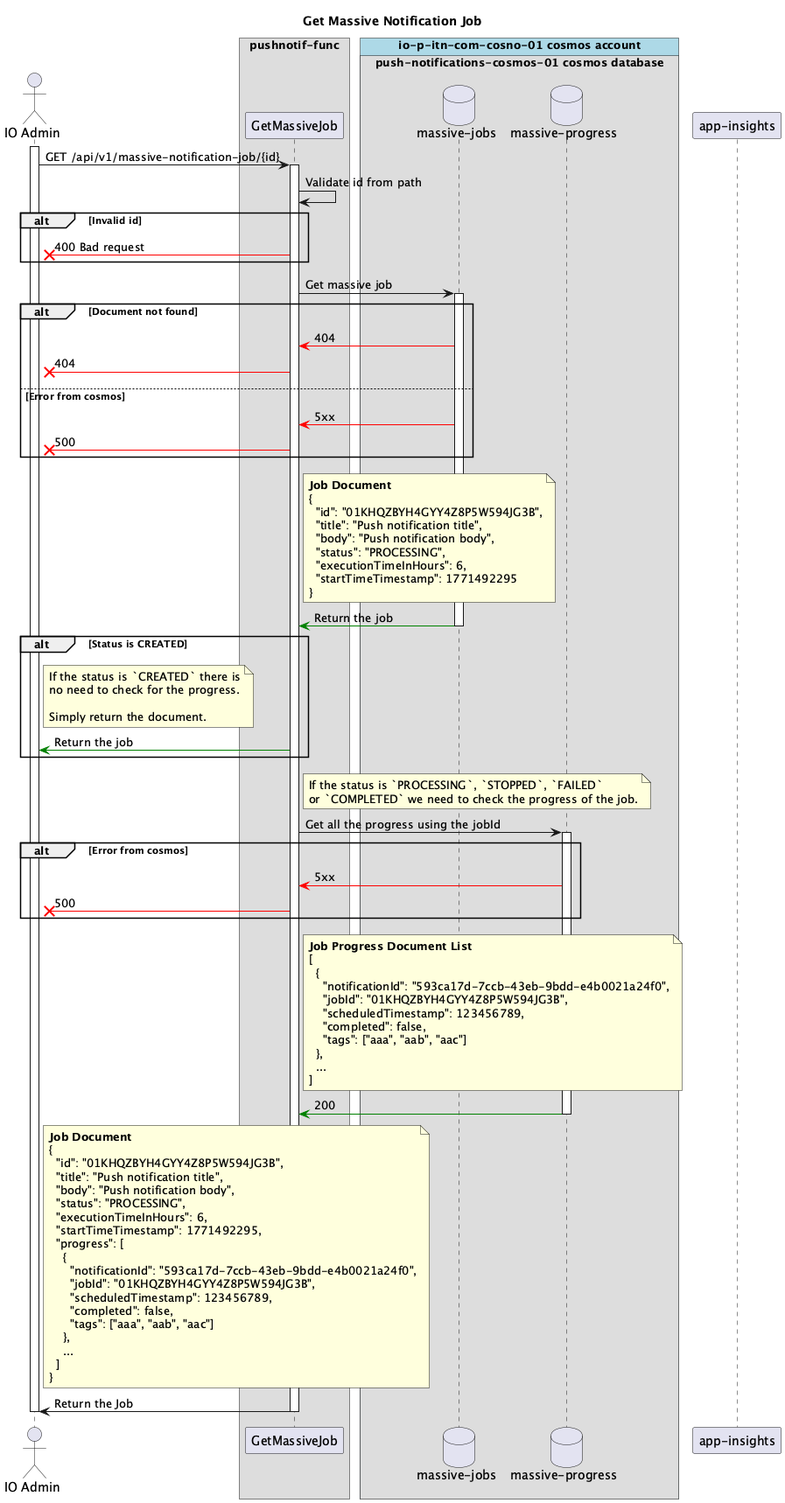
Above: apps/pushnotif-func/docs/png/get-massive-job.png in pagopa/io-messages (PlantUML), before the change.
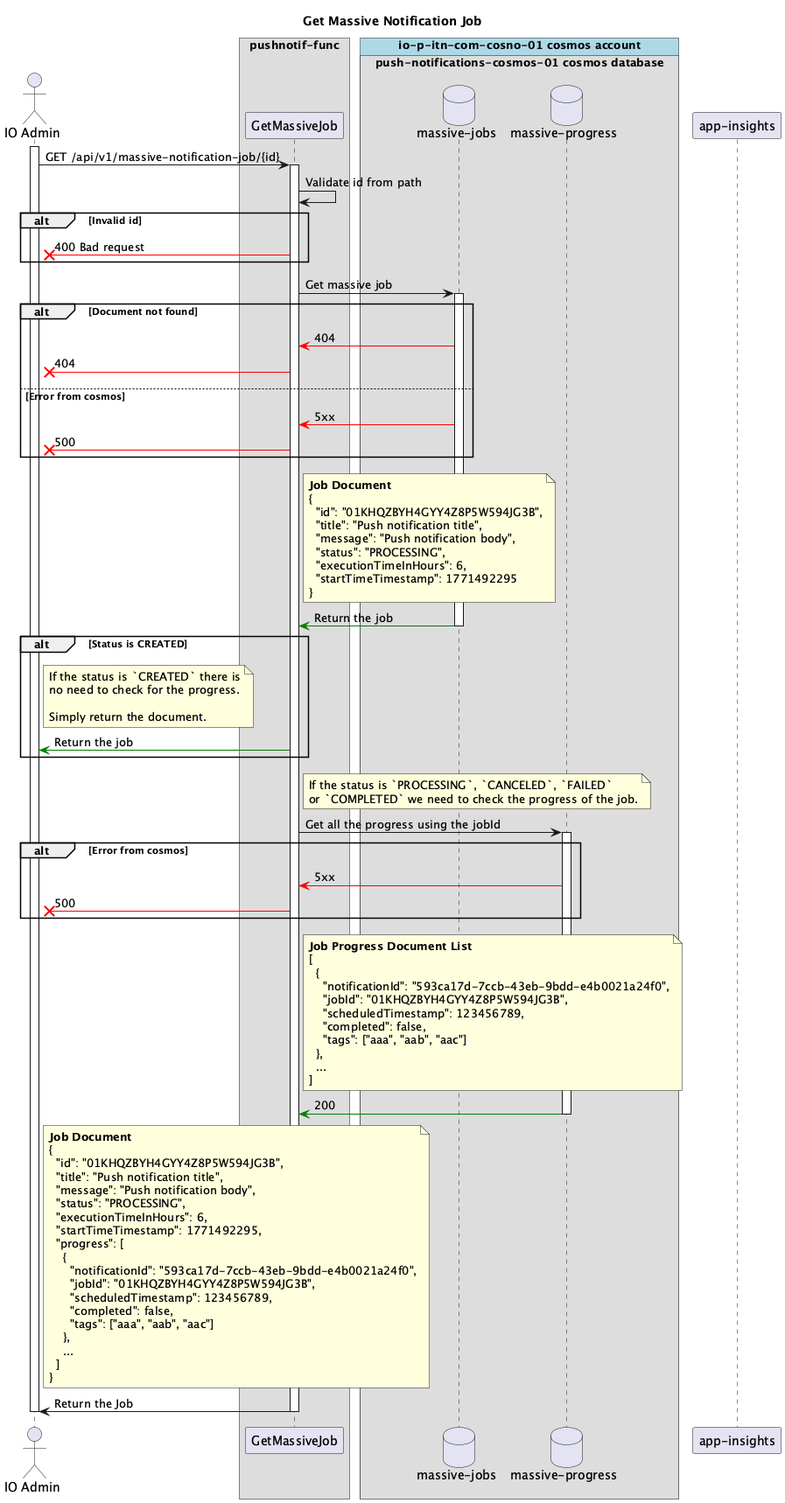
Above is the later version.

Change to the diagram source:
```diff
@@ -45,7 +45,7 @@
   {
     "id": "01KHQZBYH4GYY4Z8P5W594JG3B",
     "title": "Push notification title",
-    "body": "Push notification body",
+    "message": "Push notification body",
     "status": "PROCESSING",
     "executionTimeInHours": 6,
     "startTimeTimestamp": 1771492295
@@ -65,7 +65,7 @@
 end
 
 note right of gmj
-  If the status is `PROCESSING`, `STOPPED`, `FAILED`
+  If the status is `PROCESSING`, `CANCELED`, `FAILED`
   or `COMPLETED` we need to check the progress of the job.
 end note
 
@@ -97,7 +97,7 @@
   {
     "id": "01KHQZBYH4GYY4Z8P5W594JG3B",
     "title": "Push notification title",
-    "body": "Push notification body",
+    "message": "Push notification body",
     "status": "PROCESSING",
     "executionTimeInHours": 6,
     "startTimeTimestamp": 1771492295,
```
